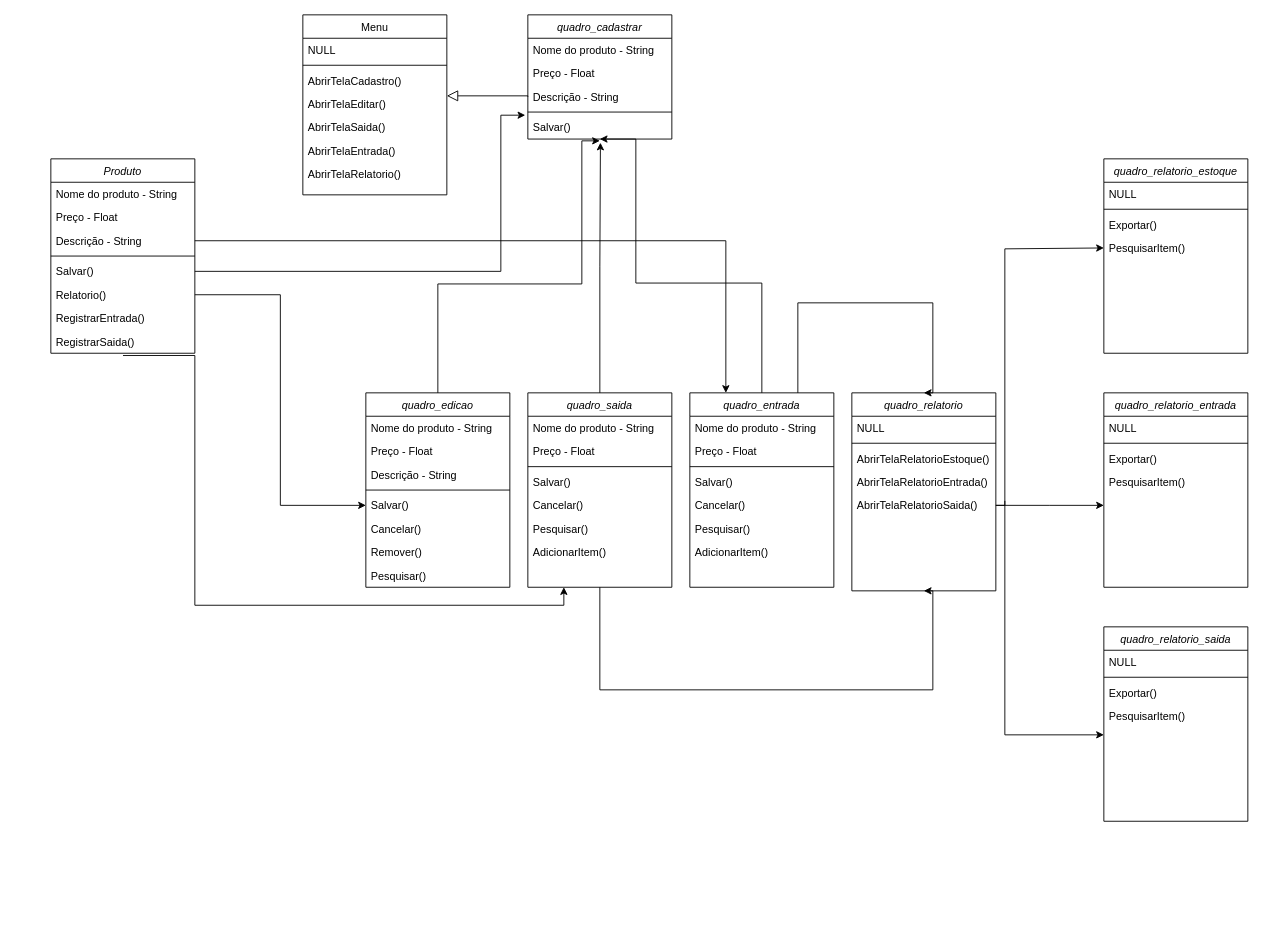
This is Diagrama sem nome.drawio from joaz0/Projeto_Gerenciador_Estoque_Python, a draw.io file, before an edit. Source tidied: cells renumbered, new cells numbered last; positions are measured from the earlier drawing's top-left corner, leaving out a move shared by most shapes. Both pictures are drawn from the tidied source at 90%, with x=0, y=0 at pixel (50, 14).
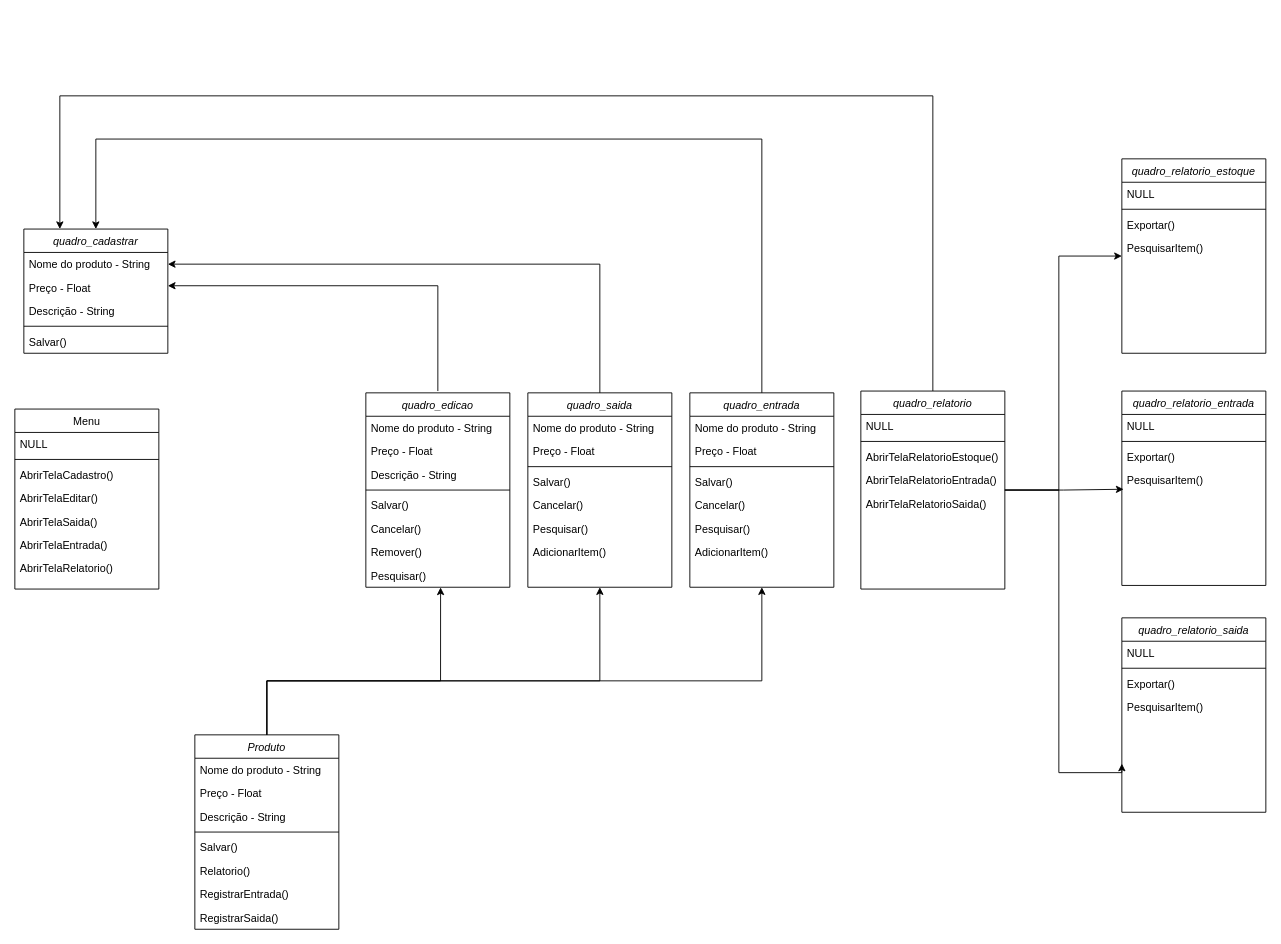
Above is the later version.

Unchanged cells that the change refers to:
```xml
<mxCell id="7" value="AbrirTelaEditar()" style="text;align=left;verticalAlign=top;spacingLeft=4;spacingRight=4;overflow=hidden;points=[[0,0.5],[1,0.5]];portConstraint=eastwest;" parent="3" vertex="1">
  <mxGeometry y="86" width="160" height="26" as="geometry" />
</mxCell>
<mxCell id="12" value="Nome do produto - String" style="text;align=left;verticalAlign=top;spacingLeft=4;spacingRight=4;overflow=hidden;points=[[0,0.5],[1,0.5]];portConstraint=eastwest;" parent="11" vertex="1">
  <mxGeometry y="26" width="160" height="26" as="geometry" />
</mxCell>
<mxCell id="14" value="Descrição - String" style="text;align=left;verticalAlign=top;spacingLeft=4;spacingRight=4;overflow=hidden;points=[[0,0.5],[1,0.5]];portConstraint=eastwest;rounded=0;shadow=0;html=0;" parent="11" vertex="1">
  <mxGeometry y="78" width="160" height="26" as="geometry" />
</mxCell>
<mxCell id="16" value="Salvar()" style="text;align=left;verticalAlign=top;spacingLeft=4;spacingRight=4;overflow=hidden;points=[[0,0.5],[1,0.5]];portConstraint=eastwest;" parent="11" vertex="1">
  <mxGeometry y="112" width="160" height="26" as="geometry" />
</mxCell>
<mxCell id="17" value="quadro_edicao" style="swimlane;fontStyle=2;align=center;verticalAlign=top;horizontal=1;startSize=26;rounded=0;shadow=0;strokeWidth=1;" parent="1" vertex="1">
  <mxGeometry x="350" y="420" width="160" height="216" as="geometry" />
</mxCell>
<mxCell id="22" value="Salvar()" style="text;align=left;verticalAlign=top;spacingLeft=4;spacingRight=4;overflow=hidden;points=[[0,0.5],[1,0.5]];portConstraint=eastwest;" parent="17" vertex="1">
  <mxGeometry y="112" width="160" height="26" as="geometry" />
</mxCell>
<mxCell id="25" value="Pesquisar()" style="text;align=left;verticalAlign=top;spacingLeft=4;spacingRight=4;overflow=hidden;points=[[0,0.5],[1,0.5]];portConstraint=eastwest;" parent="17" vertex="1">
  <mxGeometry y="190" width="160" height="26" as="geometry" />
</mxCell>
<mxCell id="26" value="quadro_saida" style="swimlane;fontStyle=2;align=center;verticalAlign=top;horizontal=1;startSize=26;rounded=0;shadow=0;strokeWidth=1;" parent="1" vertex="1">
  <mxGeometry x="530" y="420" width="160" height="216" as="geometry" />
</mxCell>
<mxCell id="34" value="quadro_entrada" style="swimlane;fontStyle=2;align=center;verticalAlign=top;horizontal=1;startSize=26;rounded=0;shadow=0;strokeWidth=1;" parent="1" vertex="1">
  <mxGeometry x="710" y="420" width="160" height="216" as="geometry" />
</mxCell>
<mxCell id="50" value="AbrirTelaRelatorioSaida()" style="text;align=left;verticalAlign=top;spacingLeft=4;spacingRight=4;overflow=hidden;points=[[0,0.5],[1,0.5]];portConstraint=eastwest;" parent="44" vertex="1">
  <mxGeometry y="112" width="160" height="26" as="geometry" />
</mxCell>
<mxCell id="55" value="PesquisarItem()" style="text;align=left;verticalAlign=top;spacingLeft=4;spacingRight=4;overflow=hidden;points=[[0,0.5],[1,0.5]];portConstraint=eastwest;" parent="51" vertex="1">
  <mxGeometry y="86" width="160" height="26" as="geometry" />
</mxCell>
<mxCell id="60" value="PesquisarItem()" style="text;align=left;verticalAlign=top;spacingLeft=4;spacingRight=4;overflow=hidden;points=[[0,0.5],[1,0.5]];portConstraint=eastwest;" parent="56" vertex="1">
  <mxGeometry y="86" width="160" height="26" as="geometry" />
</mxCell>
<mxCell id="74" value="Descrição - String" style="text;align=left;verticalAlign=top;spacingLeft=4;spacingRight=4;overflow=hidden;points=[[0,0.5],[1,0.5]];portConstraint=eastwest;rounded=0;shadow=0;html=0;" parent="71" vertex="1">
  <mxGeometry y="78" width="160" height="26" as="geometry" />
</mxCell>
<mxCell id="76" value="Salvar()" style="text;align=left;verticalAlign=top;spacingLeft=4;spacingRight=4;overflow=hidden;points=[[0,0.5],[1,0.5]];portConstraint=eastwest;" parent="71" vertex="1">
  <mxGeometry y="112" width="160" height="26" as="geometry" />
</mxCell>
<mxCell id="77" value="Relatorio()" style="text;align=left;verticalAlign=top;spacingLeft=4;spacingRight=4;overflow=hidden;points=[[0,0.5],[1,0.5]];portConstraint=eastwest;" parent="71" vertex="1">
  <mxGeometry y="138" width="160" height="26" as="geometry" />
</mxCell>
<mxCell id="79" value="RegistrarSaida()" style="text;align=left;verticalAlign=top;spacingLeft=4;spacingRight=4;overflow=hidden;points=[[0,0.5],[1,0.5]];portConstraint=eastwest;" parent="71" vertex="1">
  <mxGeometry y="190" width="160" height="26" as="geometry" />
</mxCell>
```

Diff of the diagram source:
```diff
@@
-    <mxCell id="2" style="endArrow=block;endSize=10;endFill=0;shadow=0;strokeWidth=1;rounded=0;curved=0;edgeStyle=elbowEdgeStyle;elbow=vertical;exitX=0;exitY=0.5;exitDx=0;exitDy=0;" parent="1" edge="1" source="14" target="7">
-      <mxGeometry relative="1" as="geometry">
-        <Array as="points">
-          <mxPoint x="580" y="90" />
-        </Array>
-      </mxGeometry>
-    </mxCell>
     <mxCell id="3" value="Menu" style="swimlane;fontStyle=0;align=center;verticalAlign=top;horizontal=1;startSize=26;rounded=0;shadow=0;strokeWidth=1;" parent="1" vertex="1">
-      <mxGeometry x="280" width="160" height="200" as="geometry" />
+      <mxGeometry x="-40" y="438" width="160" height="200" as="geometry" />
     </mxCell>
@@
     <mxCell id="11" value="quadro_cadastrar" style="swimlane;fontStyle=2;align=center;verticalAlign=top;horizontal=1;startSize=26;rounded=0;shadow=0;strokeWidth=1;" parent="1" vertex="1">
-      <mxGeometry x="530" width="160" height="138" as="geometry" />
+      <mxGeometry x="-30" y="238" width="160" height="138" as="geometry" />
     </mxCell>
@@
-    <mxCell id="42" style="edgeStyle=orthogonalEdgeStyle;rounded=0;orthogonalLoop=1;jettySize=auto;html=1;" parent="1" edge="1">
-      <mxGeometry relative="1" as="geometry">
-        <mxPoint x="1060" y="540" as="sourcePoint" />
-        <mxPoint x="1170" y="800" as="targetPoint" />
-        <Array as="points">
-          <mxPoint x="1060" y="800" />
-        </Array>
-      </mxGeometry>
-    </mxCell>
-    <mxCell id="43" style="edgeStyle=orthogonalEdgeStyle;rounded=0;jettySize=auto;html=1;exitX=1;exitY=0.5;exitDx=0;exitDy=0;entryX=0;entryY=0.5;entryDx=0;entryDy=0;" parent="1" edge="1" source="50" target="60">
-      <mxGeometry relative="1" as="geometry">
-        <Array as="points">
-          <mxPoint x="1060" y="545" />
-          <mxPoint x="1060" y="260" />
-          <mxPoint x="1170" y="260" />
-        </Array>
-      </mxGeometry>
-    </mxCell>
+    <mxCell id="84" style="edgeStyle=orthogonalEdgeStyle;rounded=0;jettySize=auto;html=1;entryX=0.012;entryY=0.889;entryDx=0;entryDy=0;entryPerimeter=0;" parent="1" edge="1" source="44" target="55">
+      <mxGeometry relative="1" as="geometry" />
+    </mxCell>
+    <mxCell id="85" style="edgeStyle=orthogonalEdgeStyle;rounded=0;jettySize=auto;html=1;entryX=0;entryY=0.75;entryDx=0;entryDy=0;" parent="1" edge="1" source="44" target="61">
+      <mxGeometry relative="1" as="geometry">
+        <Array as="points">
+          <mxPoint x="1120" y="528" />
+          <mxPoint x="1120" y="842" />
+        </Array>
+      </mxGeometry>
+    </mxCell>
+    <mxCell id="86" style="edgeStyle=orthogonalEdgeStyle;rounded=0;jettySize=auto;html=1;entryX=0;entryY=0.5;entryDx=0;entryDy=0;" parent="1" edge="1" source="44" target="56">
+      <mxGeometry relative="1" as="geometry">
+        <Array as="points">
+          <mxPoint x="1120" y="528" />
+          <mxPoint x="1120" y="268" />
+        </Array>
+      </mxGeometry>
+    </mxCell>
+    <mxCell id="87" style="edgeStyle=orthogonalEdgeStyle;rounded=0;jettySize=auto;html=1;entryX=0.25;entryY=0;entryDx=0;entryDy=0;" parent="1" edge="1" source="44" target="11">
+      <mxGeometry relative="1" as="geometry">
+        <Array as="points">
+          <mxPoint x="980" y="90" />
+          <mxPoint x="10" y="90" />
+        </Array>
+      </mxGeometry>
+    </mxCell>
     <mxCell id="44" value="quadro_relatorio" style="swimlane;fontStyle=2;align=center;verticalAlign=top;horizontal=1;startSize=26;rounded=0;shadow=0;strokeWidth=1;" parent="1" vertex="1">
-      <mxGeometry x="890" y="420" width="160" height="220" as="geometry" />
+      <mxGeometry x="900" y="418" width="160" height="220" as="geometry" />
     </mxCell>
@@
-    <mxCell id="49" style="edgeStyle=orthogonalEdgeStyle;rounded=0;jettySize=auto;html=1;" parent="44" edge="1" source="50">
-      <mxGeometry relative="1" as="geometry">
-        <mxPoint x="280" y="125" as="targetPoint" />
-      </mxGeometry>
-    </mxCell>
@@
     <mxCell id="51" value="quadro_relatorio_entrada" style="swimlane;fontStyle=2;align=center;verticalAlign=top;horizontal=1;startSize=26;rounded=0;shadow=0;strokeWidth=1;" parent="1" vertex="1">
-      <mxGeometry x="1170" y="420" width="160" height="216" as="geometry" />
+      <mxGeometry x="1190" y="418" width="160" height="216" as="geometry" />
     </mxCell>
@@
     <mxCell id="56" value="quadro_relatorio_estoque" style="swimlane;fontStyle=2;align=center;verticalAlign=top;horizontal=1;startSize=26;rounded=0;shadow=0;strokeWidth=1;" parent="1" vertex="1">
-      <mxGeometry x="1170" y="160" width="160" height="216" as="geometry" />
+      <mxGeometry x="1190" y="160" width="160" height="216" as="geometry" />
     </mxCell>
@@
     <mxCell id="61" value="quadro_relatorio_saida" style="swimlane;fontStyle=2;align=center;verticalAlign=top;horizontal=1;startSize=26;rounded=0;shadow=0;strokeWidth=1;" parent="1" vertex="1">
-      <mxGeometry x="1170" y="680" width="160" height="216" as="geometry" />
+      <mxGeometry x="1190" y="670" width="160" height="216" as="geometry" />
     </mxCell>
@@
-    <mxCell id="66" style="edgeStyle=orthogonalEdgeStyle;rounded=0;jettySize=auto;html=1;exitX=0.5;exitY=0;exitDx=0;exitDy=0;entryX=0.504;entryY=1.156;entryDx=0;entryDy=0;entryPerimeter=0;" parent="1" edge="1" source="26" target="16">
-      <mxGeometry relative="1" as="geometry">
-        <Array as="points">
-          <mxPoint x="610" y="280" />
-          <mxPoint x="611" y="280" />
-        </Array>
-      </mxGeometry>
-    </mxCell>
-    <mxCell id="67" style="edgeStyle=orthogonalEdgeStyle;rounded=0;jettySize=auto;html=1;exitX=0.5;exitY=0;exitDx=0;exitDy=0;" parent="1" edge="1" source="34">
+    <mxCell id="67" style="edgeStyle=orthogonalEdgeStyle;rounded=0;jettySize=auto;html=1;exitX=0.5;exitY=0;exitDx=0;exitDy=0;entryX=0.5;entryY=0;entryDx=0;entryDy=0;" parent="1" edge="1" source="34" target="11">
       <mxGeometry relative="1" as="geometry">
-        <mxPoint x="610" y="138" as="targetPoint" />
         <Array as="points">
-          <mxPoint x="790" y="298" />
-          <mxPoint x="650" y="298" />
-          <mxPoint x="650" y="138" />
+          <mxPoint x="790" y="138" />
+          <mxPoint x="50" y="138" />
         </Array>
       </mxGeometry>
     </mxCell>
-    <mxCell id="68" style="edgeStyle=orthogonalEdgeStyle;rounded=0;jettySize=auto;html=1;exitX=0.5;exitY=0;exitDx=0;exitDy=0;entryX=0.5;entryY=1.077;entryDx=0;entryDy=0;entryPerimeter=0;" parent="1" edge="1" source="17" target="16">
+    <mxCell id="68" style="edgeStyle=orthogonalEdgeStyle;rounded=0;orthogonalLoop=1;jettySize=auto;html=1;exitX=0.5;exitY=0;exitDx=0;exitDy=0;entryX=1;entryY=0.5;entryDx=0;entryDy=0;" parent="1" edge="1">
       <mxGeometry relative="1" as="geometry">
+        <mxPoint x="430" y="418" as="sourcePoint" />
+        <mxPoint x="130" y="301" as="targetPoint" />
         <Array as="points">
-          <mxPoint x="430" y="299" />
-          <mxPoint x="590" y="299" />
-          <mxPoint x="590" y="140" />
+          <mxPoint x="430" y="301" />
         </Array>
       </mxGeometry>
     </mxCell>
-    <mxCell id="69" style="edgeStyle=orthogonalEdgeStyle;rounded=0;jettySize=auto;html=1;exitX=0.5;exitY=1;exitDx=0;exitDy=0;" parent="1" edge="1" source="26">
-      <mxGeometry relative="1" as="geometry">
-        <mxPoint x="970" y="640" as="targetPoint" />
-        <Array as="points">
-          <mxPoint x="610" y="750" />
-          <mxPoint x="980" y="750" />
-          <mxPoint x="980" y="640" />
-        </Array>
-      </mxGeometry>
-    </mxCell>
-    <mxCell id="70" style="edgeStyle=orthogonalEdgeStyle;rounded=0;jettySize=auto;html=1;exitX=0.75;exitY=0;exitDx=0;exitDy=0;entryX=0.5;entryY=0;entryDx=0;entryDy=0;" parent="1" edge="1" source="34" target="44">
-      <mxGeometry relative="1" as="geometry">
-        <Array as="points">
-          <mxPoint x="830" y="320" />
-          <mxPoint x="980" y="320" />
-          <mxPoint x="980" y="420" />
-        </Array>
-      </mxGeometry>
-    </mxCell>
     <mxCell id="71" value="Produto" style="swimlane;fontStyle=2;align=center;verticalAlign=top;horizontal=1;startSize=26;rounded=0;shadow=0;strokeWidth=1;" parent="1" vertex="1">
-      <mxGeometry y="160" width="160" height="216" as="geometry" />
+      <mxGeometry x="160" y="800" width="160" height="216" as="geometry" />
     </mxCell>
@@
-    <mxCell id="80" style="edgeStyle=orthogonalEdgeStyle;rounded=0;jettySize=auto;html=1;entryX=0.25;entryY=1;entryDx=0;entryDy=0;exitX=0.501;exitY=1.097;exitDx=0;exitDy=0;exitPerimeter=0;" parent="1" edge="1" source="79" target="26">
+    <mxCell id="80" style="edgeStyle=orthogonalEdgeStyle;rounded=0;jettySize=auto;html=1;entryX=0.5;entryY=1;entryDx=0;entryDy=0;exitX=0.5;exitY=0;exitDx=0;exitDy=0;" parent="1" edge="1" source="71" target="26">
       <mxGeometry relative="1" as="geometry">
         <Array as="points">
-          <mxPoint x="160" y="656" />
-          <mxPoint x="570" y="656" />
+          <mxPoint x="240" y="740" />
+          <mxPoint x="610" y="740" />
         </Array>
       </mxGeometry>
     </mxCell>
-    <mxCell id="81" style="edgeStyle=orthogonalEdgeStyle;rounded=0;jettySize=auto;html=1;entryX=0.25;entryY=0;entryDx=0;entryDy=0;" parent="1" edge="1" source="74" target="34">
-      <mxGeometry relative="1" as="geometry" />
-    </mxCell>
-    <mxCell id="82" style="edgeStyle=orthogonalEdgeStyle;rounded=0;jettySize=auto;html=1;exitX=1;exitY=0.5;exitDx=0;exitDy=0;entryX=0;entryY=0.5;entryDx=0;entryDy=0;" parent="1" edge="1" source="77" target="22">
-      <mxGeometry relative="1" as="geometry" />
+    <mxCell id="82" style="edgeStyle=orthogonalEdgeStyle;rounded=0;jettySize=auto;html=1;exitX=0.5;exitY=0;exitDx=0;exitDy=0;entryX=0.519;entryY=1.007;entryDx=0;entryDy=0;entryPerimeter=0;" parent="1" edge="1" source="71" target="25">
+      <mxGeometry relative="1" as="geometry">
+        <Array as="points">
+          <mxPoint x="240" y="740" />
+          <mxPoint x="433" y="740" />
+        </Array>
+      </mxGeometry>
     </mxCell>
-    <mxCell id="83" style="edgeStyle=orthogonalEdgeStyle;rounded=0;jettySize=auto;html=1;entryX=-0.018;entryY=-0.02;entryDx=0;entryDy=0;entryPerimeter=0;" parent="1" edge="1" source="76" target="16">
-      <mxGeometry relative="1" as="geometry">
-        <Array as="points">
-          <mxPoint x="500" y="285" />
-          <mxPoint x="500" y="111" />
-        </Array>
-      </mxGeometry>
-    </mxCell>
+    <mxCell id="88" style="edgeStyle=orthogonalEdgeStyle;rounded=0;jettySize=auto;html=1;exitX=0.5;exitY=0;exitDx=0;exitDy=0;entryX=1;entryY=0.5;entryDx=0;entryDy=0;" parent="1" edge="1" source="26" target="12">
+      <mxGeometry relative="1" as="geometry">
+        <Array as="points">
+          <mxPoint x="610" y="277" />
+        </Array>
+      </mxGeometry>
+    </mxCell>
+    <mxCell id="89" style="edgeStyle=orthogonalEdgeStyle;rounded=0;jettySize=auto;html=1;entryX=0.5;entryY=1;entryDx=0;entryDy=0;exitX=0.5;exitY=0;exitDx=0;exitDy=0;" parent="1" edge="1" source="71" target="34">
+      <mxGeometry relative="1" as="geometry">
+        <Array as="points">
+          <mxPoint x="240" y="740" />
+          <mxPoint x="790" y="740" />
+        </Array>
+      </mxGeometry>
+    </mxCell>
```
